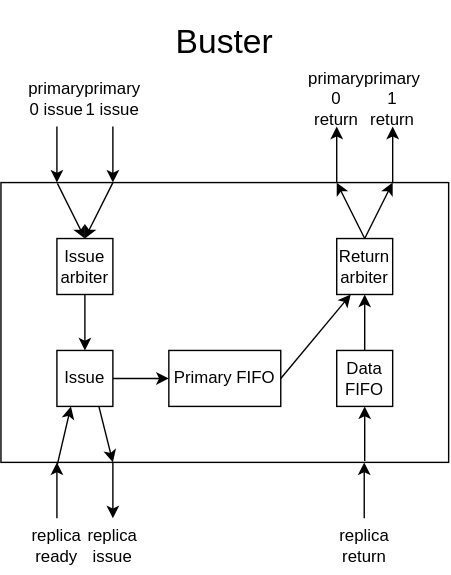
Earlier version of the draw.io export doc/buster.svg (xenowing/xenowing). Source tidied: cells renumbered, new cells last; positions are measured from the earlier drawing's top-left corner, leaving out a move shared by most shapes.
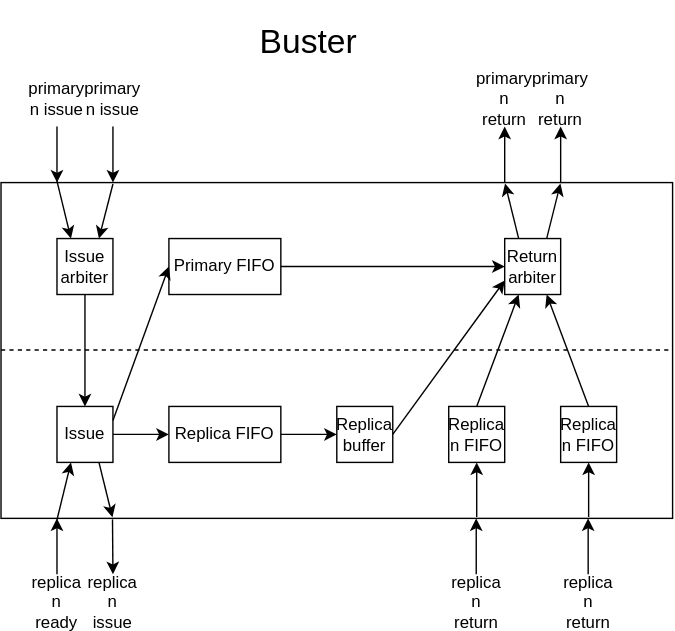
The same diagram one commit later.

Commit message:
Update Buster diagram

The main thing I want to capture here is that we can have multiple replicas, which is going to be very important. It's missing memory mapping though, which may or may not end up as part of the Buster module.

What changed in the source:
```diff
@@ -3,10 +3,10 @@
     <mxCell id="0" />
     <mxCell id="1" parent="0" />
     <mxCell id="2" style="rounded=0;whiteSpace=wrap;html=1;" parent="1" vertex="1">
-      <mxGeometry y="120" width="320" height="200" as="geometry" />
+      <mxGeometry y="120" width="480" height="240" as="geometry" />
     </mxCell>
     <mxCell id="3" value="&lt;h1&gt;&lt;span style=&quot;font-weight: normal&quot;&gt;Buster&lt;/span&gt;&lt;/h1&gt;" style="text;html=1;strokeColor=none;fillColor=none;spacing=5;spacingTop=-20;whiteSpace=wrap;overflow=hidden;rounded=0;align=center;" parent="1" vertex="1">
-      <mxGeometry x="120" width="80" height="40" as="geometry" />
+      <mxGeometry x="180" width="80" height="40" as="geometry" />
     </mxCell>
     <mxCell id="4" style="endArrow=classic;html=1;entryX=0.25;entryY=0;entryDx=0;entryDy=0;" parent="1" edge="1">
       <mxGeometry relative="1" as="geometry">
@@ -15,7 +15,7 @@
       </mxGeometry>
     </mxCell>
     <mxCell id="5" value="Primary FIFO" style="rounded=0;whiteSpace=wrap;html=1;" parent="1" vertex="1">
-      <mxGeometry x="120" y="240" width="80" height="40" as="geometry" />
+      <mxGeometry x="120" y="160" width="80" height="40" as="geometry" />
     </mxCell>
     <mxCell id="6" style="endArrow=classic;html=1;entryX=0.25;entryY=0;entryDx=0;entryDy=0;" parent="1" edge="1">
       <mxGeometry relative="1" as="geometry">
@@ -23,105 +23,153 @@
         <mxPoint x="40" y="120" as="targetPoint" />
       </mxGeometry>
     </mxCell>
-    <mxCell id="7" value="Data FIFO" style="rounded=0;whiteSpace=wrap;html=1;" parent="1" vertex="1">
-      <mxGeometry x="240" y="240" width="40" height="40" as="geometry" />
+    <mxCell id="7" value="Replica n FIFO" style="rounded=0;whiteSpace=wrap;html=1;" parent="1" vertex="1">
+      <mxGeometry x="320" y="280" width="40" height="40" as="geometry" />
     </mxCell>
     <mxCell id="8" value="Issue arbiter" style="rounded=0;whiteSpace=wrap;html=1;" parent="1" vertex="1">
       <mxGeometry x="40" y="160" width="40" height="40" as="geometry" />
     </mxCell>
     <mxCell id="9" value="Issue" style="rounded=0;whiteSpace=wrap;html=1;" parent="1" vertex="1">
-      <mxGeometry x="40" y="240" width="40" height="40" as="geometry" />
+      <mxGeometry x="40" y="280" width="40" height="40" as="geometry" />
     </mxCell>
     <mxCell id="10" value="Return arbiter" style="rounded=0;whiteSpace=wrap;html=1;" parent="1" vertex="1">
-      <mxGeometry x="240" y="160" width="40" height="40" as="geometry" />
+      <mxGeometry x="360" y="160" width="40" height="40" as="geometry" />
     </mxCell>
-    <mxCell id="11" style="endArrow=classic;html=1;exitX=0.126;exitY=0.003;exitDx=0;exitDy=0;exitPerimeter=0;entryX=0.5;entryY=0;entryDx=0;entryDy=0;" parent="1" edge="1" source="2" target="8">
-      <mxGeometry relative="1" as="geometry" />
+    <mxCell id="11" style="endArrow=classic;html=1;entryX=0.25;entryY=0;entryDx=0;entryDy=0;" parent="1" edge="1" target="8">
+      <mxGeometry relative="1" as="geometry">
+        <mxPoint x="40" y="119" as="sourcePoint" />
+      </mxGeometry>
     </mxCell>
-    <mxCell id="12" style="endArrow=classic;html=1;exitX=0.25;exitY=0;exitDx=0;exitDy=0;entryX=0.5;entryY=0;entryDx=0;entryDy=0;" parent="1" edge="1" source="2" target="8">
-      <mxGeometry relative="1" as="geometry" />
+    <mxCell id="12" style="endArrow=classic;html=1;entryX=0.75;entryY=0;entryDx=0;entryDy=0;" parent="1" edge="1" target="8">
+      <mxGeometry relative="1" as="geometry">
+        <mxPoint x="80" y="121" as="sourcePoint" />
+      </mxGeometry>
     </mxCell>
     <mxCell id="13" style="endArrow=classic;html=1;exitX=0.5;exitY=1;exitDx=0;exitDy=0;entryX=0.5;entryY=0;entryDx=0;entryDy=0;" parent="1" edge="1" source="8" target="9">
       <mxGeometry relative="1" as="geometry" />
     </mxCell>
-    <mxCell id="14" value="primary 0 issue" style="text;html=1;strokeColor=none;fillColor=none;align=center;verticalAlign=middle;whiteSpace=wrap;rounded=0;" parent="1" vertex="1">
+    <mxCell id="14" value="primary n issue" style="text;html=1;strokeColor=none;fillColor=none;align=center;verticalAlign=middle;whiteSpace=wrap;rounded=0;" parent="1" vertex="1">
       <mxGeometry x="20" y="40" width="40" height="40" as="geometry" />
     </mxCell>
-    <mxCell id="15" value="primary 1 issue" style="text;html=1;strokeColor=none;fillColor=none;align=center;verticalAlign=middle;whiteSpace=wrap;rounded=0;" parent="1" vertex="1">
+    <mxCell id="15" value="primary n issue" style="text;html=1;strokeColor=none;fillColor=none;align=center;verticalAlign=middle;whiteSpace=wrap;rounded=0;" parent="1" vertex="1">
       <mxGeometry x="60" y="40" width="40" height="40" as="geometry" />
     </mxCell>
     <mxCell id="16" style="endArrow=none;html=1;startArrow=classic;startFill=1;endFill=0;" parent="1" edge="1">
       <mxGeometry relative="1" as="geometry">
-        <mxPoint x="40" y="320" as="sourcePoint" />
-        <mxPoint x="40" y="360" as="targetPoint" />
+        <mxPoint x="40" y="360" as="sourcePoint" />
+        <mxPoint x="40" y="400" as="targetPoint" />
       </mxGeometry>
     </mxCell>
-    <mxCell id="17" value="replica issue" style="text;html=1;strokeColor=none;fillColor=none;align=center;verticalAlign=middle;whiteSpace=wrap;rounded=0;" parent="1" vertex="1">
-      <mxGeometry x="60" y="360" width="40" height="40" as="geometry" />
+    <mxCell id="17" value="replica n issue" style="text;html=1;strokeColor=none;fillColor=none;align=center;verticalAlign=middle;whiteSpace=wrap;rounded=0;" parent="1" vertex="1">
+      <mxGeometry x="60" y="400" width="40" height="40" as="geometry" />
     </mxCell>
-    <mxCell id="18" style="endArrow=none;html=1;entryX=0.25;entryY=1;entryDx=0;entryDy=0;startArrow=classic;startFill=1;endFill=0;" parent="1" edge="1" target="2">
+    <mxCell id="18" style="endArrow=none;html=1;startArrow=classic;startFill=1;endFill=0;entryX=0.166;entryY=1.003;entryDx=0;entryDy=0;entryPerimeter=0;" parent="1" edge="1" target="2">
       <mxGeometry relative="1" as="geometry">
-        <mxPoint x="80" y="360" as="sourcePoint" />
+        <mxPoint x="80" y="400" as="sourcePoint" />
       </mxGeometry>
     </mxCell>
-    <mxCell id="19" style="endArrow=none;html=1;exitX=0.25;exitY=1;exitDx=0;exitDy=0;entryX=0.75;entryY=1;entryDx=0;entryDy=0;startArrow=classic;startFill=1;endFill=0;" parent="1" edge="1" source="2" target="9">
+    <mxCell id="19" style="endArrow=none;html=1;exitX=0.166;exitY=0.997;exitDx=0;exitDy=0;entryX=0.75;entryY=1;entryDx=0;entryDy=0;startArrow=classic;startFill=1;endFill=0;exitPerimeter=0;" parent="1" edge="1" source="2" target="9">
       <mxGeometry relative="1" as="geometry" />
     </mxCell>
-    <mxCell id="20" style="endArrow=none;html=1;exitX=0.25;exitY=1;exitDx=0;exitDy=0;entryX=0.126;entryY=1.007;entryDx=0;entryDy=0;entryPerimeter=0;endFill=0;startArrow=classic;startFill=1;" parent="1" edge="1" source="9" target="2">
-      <mxGeometry relative="1" as="geometry" />
+    <mxCell id="20" style="endArrow=none;html=1;exitX=0.25;exitY=1;exitDx=0;exitDy=0;endFill=0;startArrow=classic;startFill=1;" parent="1" edge="1" source="9">
+      <mxGeometry relative="1" as="geometry">
+        <mxPoint x="40" y="361" as="targetPoint" />
+      </mxGeometry>
     </mxCell>
-    <mxCell id="21" style="endArrow=classic;html=1;exitX=1;exitY=0.5;exitDx=0;exitDy=0;entryX=0;entryY=0.5;entryDx=0;entryDy=0;" parent="1" edge="1" source="9" target="5">
+    <mxCell id="21" style="endArrow=classic;html=1;exitX=1;exitY=0.25;exitDx=0;exitDy=0;entryX=0;entryY=0.5;entryDx=0;entryDy=0;" parent="1" edge="1" source="9" target="5">
       <mxGeometry relative="1" as="geometry" />
     </mxCell>
     <mxCell id="22" style="endArrow=none;html=1;startArrow=classic;startFill=1;endFill=0;" parent="1" edge="1">
       <mxGeometry relative="1" as="geometry">
-        <mxPoint x="259.7" y="320" as="sourcePoint" />
-        <mxPoint x="259.7" y="360" as="targetPoint" />
+        <mxPoint x="339.7" y="360" as="sourcePoint" />
+        <mxPoint x="339.7" y="400" as="targetPoint" />
       </mxGeometry>
     </mxCell>
-    <mxCell id="23" value="replica ready" style="text;html=1;strokeColor=none;fillColor=none;align=center;verticalAlign=middle;whiteSpace=wrap;rounded=0;" parent="1" vertex="1">
-      <mxGeometry x="20" y="360" width="40" height="40" as="geometry" />
+    <mxCell id="23" value="replica n ready" style="text;html=1;strokeColor=none;fillColor=none;align=center;verticalAlign=middle;whiteSpace=wrap;rounded=0;" parent="1" vertex="1">
+      <mxGeometry x="20" y="400" width="40" height="40" as="geometry" />
     </mxCell>
-    <mxCell id="24" value="replica return" style="text;html=1;strokeColor=none;fillColor=none;align=center;verticalAlign=middle;whiteSpace=wrap;rounded=0;" parent="1" vertex="1">
-      <mxGeometry x="240" y="360" width="40" height="40" as="geometry" />
+    <mxCell id="24" value="replica n return" style="text;html=1;strokeColor=none;fillColor=none;align=center;verticalAlign=middle;whiteSpace=wrap;rounded=0;" parent="1" vertex="1">
+      <mxGeometry x="320" y="400" width="40" height="40" as="geometry" />
     </mxCell>
     <mxCell id="25" style="endArrow=classic;html=1;entryX=0.5;entryY=1;entryDx=0;entryDy=0;" parent="1" edge="1" target="7">
       <mxGeometry relative="1" as="geometry">
-        <mxPoint x="260" y="319" as="sourcePoint" />
+        <mxPoint x="340" y="359" as="sourcePoint" />
       </mxGeometry>
     </mxCell>
-    <mxCell id="26" style="endArrow=classic;html=1;exitX=1;exitY=0.5;exitDx=0;exitDy=0;entryX=0.25;entryY=1;entryDx=0;entryDy=0;" parent="1" edge="1" source="5" target="10">
-      <mxGeometry relative="1" as="geometry" />
-    </mxCell>
-    <mxCell id="27" style="endArrow=classic;html=1;exitX=0.5;exitY=0;exitDx=0;exitDy=0;entryX=0.5;entryY=1;entryDx=0;entryDy=0;" parent="1" edge="1" source="7" target="10">
-      <mxGeometry relative="1" as="geometry" />
-    </mxCell>
     <mxCell id="28" style="endArrow=none;html=1;entryX=0.25;entryY=0;entryDx=0;entryDy=0;endFill=0;startArrow=classic;startFill=1;" parent="1" edge="1">
       <mxGeometry relative="1" as="geometry">
-        <mxPoint x="280" y="80" as="sourcePoint" />
-        <mxPoint x="280" y="120" as="targetPoint" />
+        <mxPoint x="400" y="80" as="sourcePoint" />
+        <mxPoint x="400" y="120" as="targetPoint" />
       </mxGeometry>
     </mxCell>
     <mxCell id="29" style="endArrow=none;html=1;entryX=0.25;entryY=0;entryDx=0;entryDy=0;startArrow=classic;startFill=1;endFill=0;" parent="1" edge="1">
       <mxGeometry relative="1" as="geometry">
-        <mxPoint x="240" y="80" as="sourcePoint" />
-        <mxPoint x="240" y="120" as="targetPoint" />
+        <mxPoint x="360" y="80" as="sourcePoint" />
+        <mxPoint x="360" y="120" as="targetPoint" />
       </mxGeometry>
     </mxCell>
-    <mxCell id="30" value="primary 0 return" style="text;html=1;strokeColor=none;fillColor=none;align=center;verticalAlign=middle;whiteSpace=wrap;rounded=0;" parent="1" vertex="1">
-      <mxGeometry x="220" y="40" width="40" height="40" as="geometry" />
+    <mxCell id="30" value="primary n return" style="text;html=1;strokeColor=none;fillColor=none;align=center;verticalAlign=middle;whiteSpace=wrap;rounded=0;" parent="1" vertex="1">
+      <mxGeometry x="340" y="40" width="40" height="40" as="geometry" />
     </mxCell>
-    <mxCell id="31" value="primary 1 return" style="text;html=1;strokeColor=none;fillColor=none;align=center;verticalAlign=middle;whiteSpace=wrap;rounded=0;" parent="1" vertex="1">
-      <mxGeometry x="260" y="40" width="40" height="40" as="geometry" />
+    <mxCell id="31" value="primary n return" style="text;html=1;strokeColor=none;fillColor=none;align=center;verticalAlign=middle;whiteSpace=wrap;rounded=0;" parent="1" vertex="1">
+      <mxGeometry x="380" y="40" width="40" height="40" as="geometry" />
     </mxCell>
-    <mxCell id="32" style="endArrow=classic;startArrow=none;html=1;exitX=0.5;exitY=0;exitDx=0;exitDy=0;entryX=0.75;entryY=0;entryDx=0;entryDy=0;startFill=0;" parent="1" edge="1" source="10" target="2">
-      <mxGeometry relative="1" as="geometry" />
+    <mxCell id="32" style="endArrow=classic;startArrow=none;html=1;exitX=0.75;exitY=0;exitDx=0;exitDy=0;entryX=0.636;entryY=0.003;entryDx=0;entryDy=0;startFill=0;entryPerimeter=0;" parent="1" edge="1" source="10">
+      <mxGeometry relative="1" as="geometry">
+        <mxPoint x="399.8" y="120.6" as="targetPoint" />
+      </mxGeometry>
     </mxCell>
-    <mxCell id="33" style="endArrow=classic;html=1;" parent="1" edge="1">
+    <mxCell id="33" style="endArrow=classic;html=1;entryX=0.546;entryY=0.003;entryDx=0;entryDy=0;entryPerimeter=0;exitX=0.25;exitY=0;exitDx=0;exitDy=0;" parent="1" edge="1" source="10">
       <mxGeometry relative="1" as="geometry">
-        <mxPoint x="260" y="160" as="sourcePoint" />
-        <mxPoint x="280" y="120" as="targetPoint" />
+        <mxPoint x="360.2" y="120.6" as="targetPoint" />
       </mxGeometry>
     </mxCell>
+    <mxCell id="34" value="Replica n FIFO" style="rounded=0;whiteSpace=wrap;html=1;" parent="1" vertex="1">
+      <mxGeometry x="400" y="280" width="40" height="40" as="geometry" />
+    </mxCell>
+    <mxCell id="35" style="endArrow=none;html=1;startArrow=classic;startFill=1;endFill=0;" parent="1" edge="1">
+      <mxGeometry relative="1" as="geometry">
+        <mxPoint x="419.7" y="360" as="sourcePoint" />
+        <mxPoint x="419.7" y="400" as="targetPoint" />
+      </mxGeometry>
+    </mxCell>
+    <mxCell id="36" value="replica n return" style="text;html=1;strokeColor=none;fillColor=none;align=center;verticalAlign=middle;whiteSpace=wrap;rounded=0;" parent="1" vertex="1">
+      <mxGeometry x="400" y="400" width="40" height="40" as="geometry" />
+    </mxCell>
+    <mxCell id="37" style="endArrow=classic;html=1;entryX=0.5;entryY=1;entryDx=0;entryDy=0;" parent="1" edge="1" target="34">
+      <mxGeometry relative="1" as="geometry">
+        <mxPoint x="420" y="359" as="sourcePoint" />
+      </mxGeometry>
+    </mxCell>
+    <mxCell id="38" value="Replica FIFO" style="rounded=0;whiteSpace=wrap;html=1;" parent="1" vertex="1">
+      <mxGeometry x="120" y="280" width="80" height="40" as="geometry" />
+    </mxCell>
+    <mxCell id="39" style="endArrow=classic;html=1;exitX=1;exitY=0.5;exitDx=0;exitDy=0;entryX=0;entryY=0.5;entryDx=0;entryDy=0;" parent="1" edge="1" source="9" target="38">
+      <mxGeometry relative="1" as="geometry" />
+    </mxCell>
+    <mxCell id="26" style="endArrow=classic;html=1;exitX=1;exitY=0.5;exitDx=0;exitDy=0;entryX=0;entryY=0.5;entryDx=0;entryDy=0;" parent="1" edge="1" source="5" target="10">
+      <mxGeometry relative="1" as="geometry" />
+    </mxCell>
+    <mxCell id="40" value="Replica buffer" style="rounded=0;whiteSpace=wrap;html=1;" parent="1" vertex="1">
+      <mxGeometry x="240" y="280" width="40" height="40" as="geometry" />
+    </mxCell>
+    <mxCell id="41" style="endArrow=classic;html=1;exitX=1;exitY=0.5;exitDx=0;exitDy=0;entryX=0;entryY=0.5;entryDx=0;entryDy=0;" parent="1" edge="1" source="38" target="40">
+      <mxGeometry relative="1" as="geometry" />
+    </mxCell>
+    <mxCell id="42" style="endArrow=classic;html=1;exitX=1;exitY=0.5;exitDx=0;exitDy=0;entryX=0;entryY=0.75;entryDx=0;entryDy=0;" parent="1" edge="1" source="40" target="10">
+      <mxGeometry relative="1" as="geometry" />
+    </mxCell>
+    <mxCell id="27" style="endArrow=classic;html=1;exitX=0.5;exitY=0;exitDx=0;exitDy=0;entryX=0.25;entryY=1;entryDx=0;entryDy=0;" parent="1" edge="1" source="7" target="10">
+      <mxGeometry relative="1" as="geometry" />
+    </mxCell>
+    <mxCell id="43" style="endArrow=classic;html=1;exitX=0.5;exitY=0;exitDx=0;exitDy=0;entryX=0.75;entryY=1;entryDx=0;entryDy=0;" parent="1" edge="1" source="34" target="10">
+      <mxGeometry relative="1" as="geometry" />
+    </mxCell>
+    <mxCell id="44" style="endArrow=none;dashed=1;html=1;exitX=0;exitY=0.5;exitDx=0;exitDy=0;entryX=1;entryY=0.5;entryDx=0;entryDy=0;" parent="1" edge="1">
+      <mxGeometry relative="1" as="geometry">
+        <mxPoint y="239.7" as="sourcePoint" />
+        <mxPoint x="480" y="239.7" as="targetPoint" />
+      </mxGeometry>
+    </mxCell>
   </root>
 </mxGraphModel>
```
